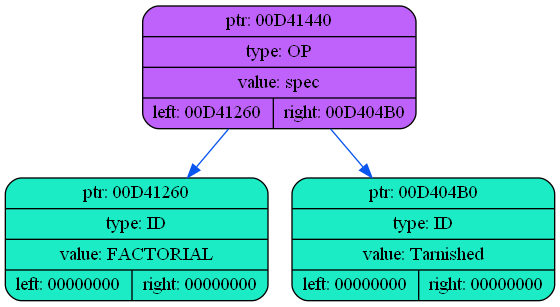
Above: dump/dump1.png in coffee8cat/Elden-language (Graphviz), before the change. Its source is kept beside it as dump/dump1.dot.
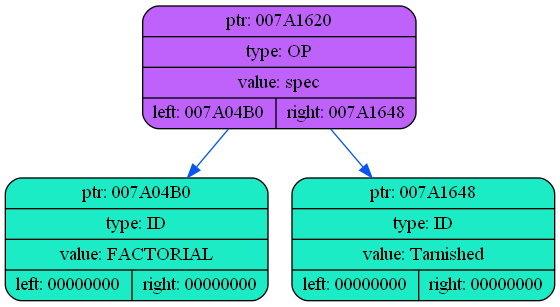
The same file after the commit.

Commit message:
almost done factorial

Diff of the diagram source:
```diff
@@ -2,9 +2,9 @@
 {
     rankdir=TP
 
-        node00D41440[shape=record,style="rounded,filled",fillcolor="#BF62FC",label="{ ptr: 00D41440 | type: OP | value: spec| { left: 00D41260 | right: 00D404B0 }}"];
-    node00D41440 -> node00D41260[color="#0855F0"]
-    node00D41260[shape=record,style="rounded,filled",fillcolor="#1BECC5",label="{ ptr: 00D41260 | type: ID | value: FACTORIAL| { left: 00000000 | right: 00000000 }}"];
-    node00D41440 -> node00D404B0[color="#0855F0"]
-    node00D404B0[shape=record,style="rounded,filled",fillcolor="#1BECC5",label="{ ptr: 00D404B0 | type: ID | value: Tarnished| { left: 00000000 | right: 00000000 }}"];
+        node007A1620[shape=record,style="rounded,filled",fillcolor="#BF62FC",label="{ ptr: 007A1620 | type: OP | value: spec| { left: 007A04B0 | right: 007A1648 }}"];
+    node007A1620 -> node007A04B0[color="#0855F0"]
+    node007A04B0[shape=record,style="rounded,filled",fillcolor="#1BECC5",label="{ ptr: 007A04B0 | type: ID | value: FACTORIAL| { left: 00000000 | right: 00000000 }}"];
+    node007A1620 -> node007A1648[color="#0855F0"]
+    node007A1648[shape=record,style="rounded,filled",fillcolor="#1BECC5",label="{ ptr: 007A1648 | type: ID | value: Tarnished| { left: 00000000 | right: 00000000 }}"];
 }
```
